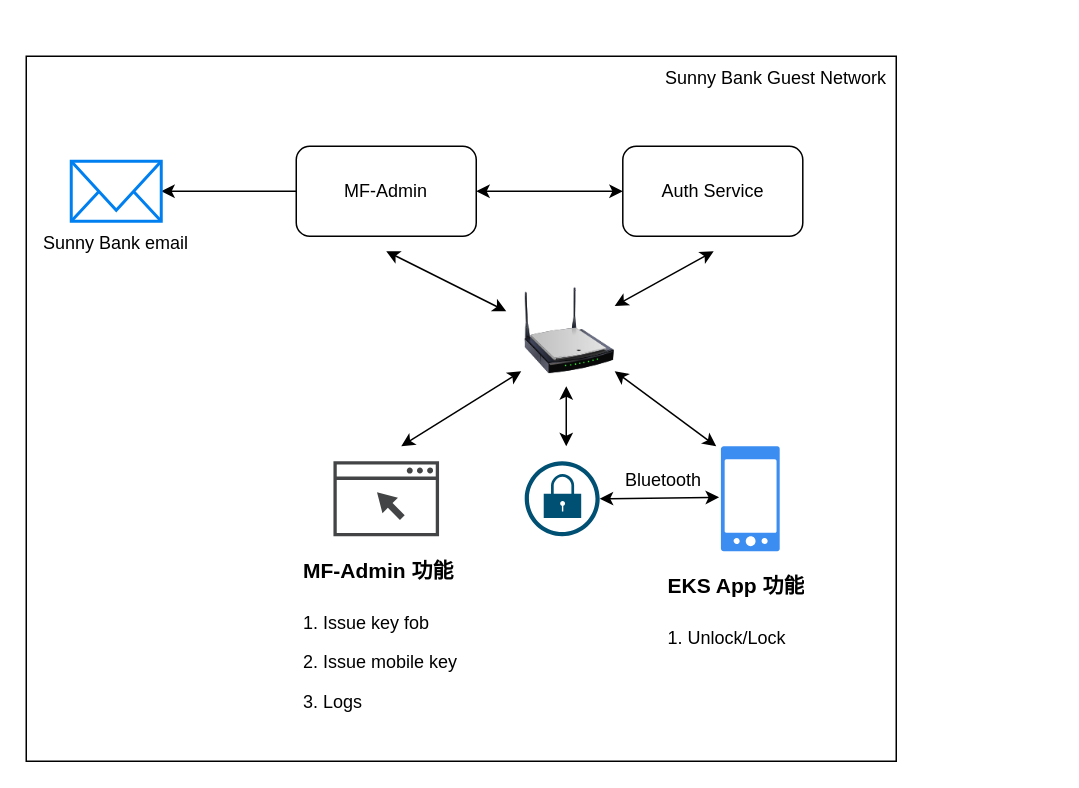
kevin3747118/ALZK keeps this draw.io diagram as EnkoreSmartArch.drawio. Above is the earlier version. Source tidied: cells renumbered, new cells numbered last; positions are measured from the earlier drawing's top-left corner, leaving out a move shared by most shapes. Both pictures are drawn from the tidied source at 150%, with x=0, y=0 at pixel (26, 56).
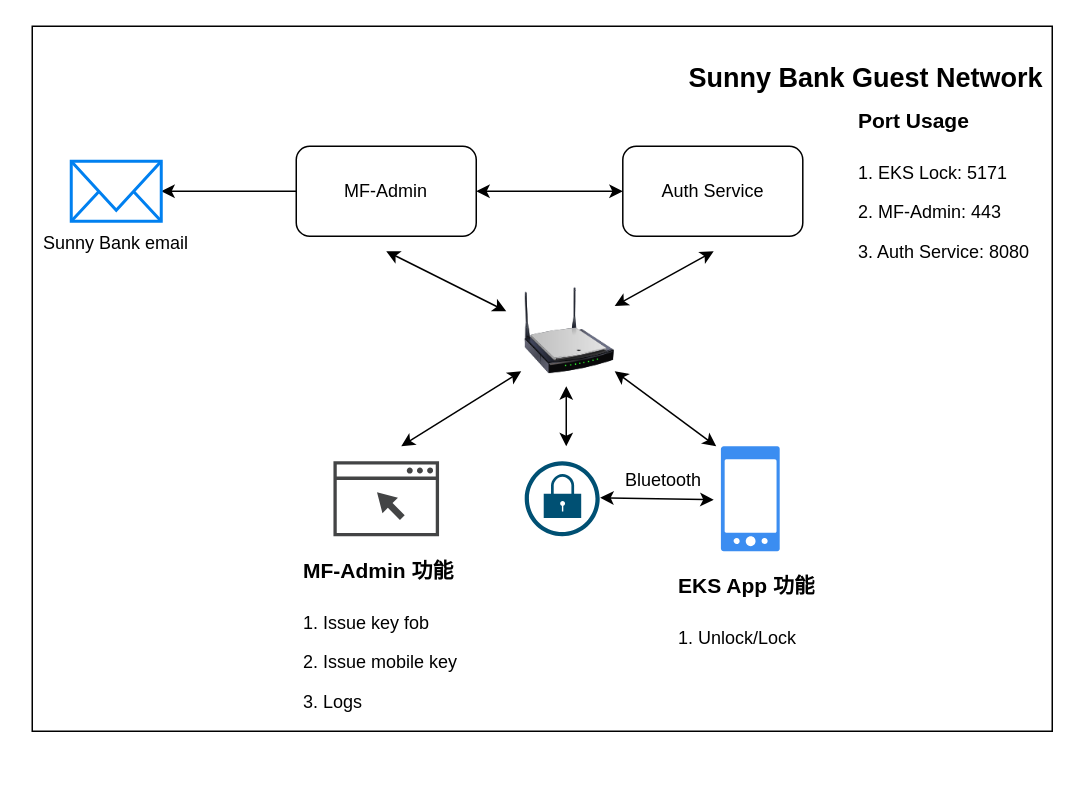
Above is the later version.

The change refers to these unchanged cells:
```xml
<mxCell id="8" style="sketch=0;html=1;strokeColor=none;shadow=0;fillColor=#3B8DF1;verticalAlign=top;labelPosition=center;verticalLabelPosition=bottom;shape=mxgraph.gcp2.phone_android;" parent="1" vertex="1">
  <mxGeometry x="463.1" y="260" width="39.2" height="70" as="geometry" />
</mxCell>
```

What changed in the source:
```diff
@@
     <mxCell id="2" style="rounded=0;whiteSpace=wrap;html=1;" parent="1" vertex="1">
-      <mxGeometry width="580" height="470" as="geometry" />
+      <mxGeometry x="4" y="-20" width="680" height="470" as="geometry" />
     </mxCell>
-    <mxCell id="3" value="Sunny Bank Guest Network" style="text;html=1;align=center;verticalAlign=middle;whiteSpace=wrap;rounded=0;" parent="1" vertex="1">
-      <mxGeometry x="420" width="160" height="30" as="geometry" />
+    <mxCell id="3" value="&lt;font style=&quot;font-size: 18px;&quot;&gt;&lt;b&gt;Sunny Bank Guest Network&lt;/b&gt;&lt;/font&gt;" style="text;html=1;align=center;verticalAlign=middle;whiteSpace=wrap;rounded=0;" parent="1" vertex="1">
+      <mxGeometry x="440" width="240" height="30" as="geometry" />
     </mxCell>
@@
-    <mxCell id="13" style="endArrow=classic;startArrow=classic;html=1;rounded=0;entryX=-0.031;entryY=0.486;entryDx=0;entryDy=0;entryPerimeter=0;" parent="1" edge="1" target="8">
-      <mxGeometry relative="1" as="geometry">
-        <mxPoint x="382.3" y="295" as="sourcePoint" />
-      </mxGeometry>
-    </mxCell>
@@
     <mxCell id="20" value="&lt;h1&gt;&lt;font style=&quot;font-size: 14px;&quot;&gt;EKS App 功能&lt;/font&gt;&lt;/h1&gt;&lt;p&gt;1. Unlock/Lock&lt;br&gt;&lt;/p&gt;" style="text;html=1;spacing=5;spacingTop=-20;whiteSpace=wrap;overflow=hidden;rounded=0;" parent="1" vertex="1">
-      <mxGeometry x="422.7" y="330" width="120" height="120" as="geometry" />
+      <mxGeometry x="430" y="330" width="120" height="120" as="geometry" />
     </mxCell>
@@
+    <mxCell id="23" value="&lt;h1&gt;&lt;span style=&quot;font-size: 14px;&quot;&gt;Port Usage&lt;/span&gt;&lt;/h1&gt;&lt;p&gt;1. EKS Lock: 5171&lt;/p&gt;&lt;p&gt;2. MF-Admin: 443&lt;/p&gt;&lt;p&gt;3. Auth Service: 8080&lt;/p&gt;" style="text;html=1;spacing=5;spacingTop=-20;whiteSpace=wrap;overflow=hidden;rounded=0;" parent="1" vertex="1">
+      <mxGeometry x="550" y="20" width="130" height="120" as="geometry" />
+    </mxCell>
+    <mxCell id="24" style="endArrow=classic;startArrow=classic;html=1;rounded=0;" parent="1" edge="1">
+      <mxGeometry relative="1" as="geometry">
+        <mxPoint x="382.6" y="294.3" as="sourcePoint" />
+        <mxPoint x="458.3" y="295.7" as="targetPoint" />
+      </mxGeometry>
+    </mxCell>
```
